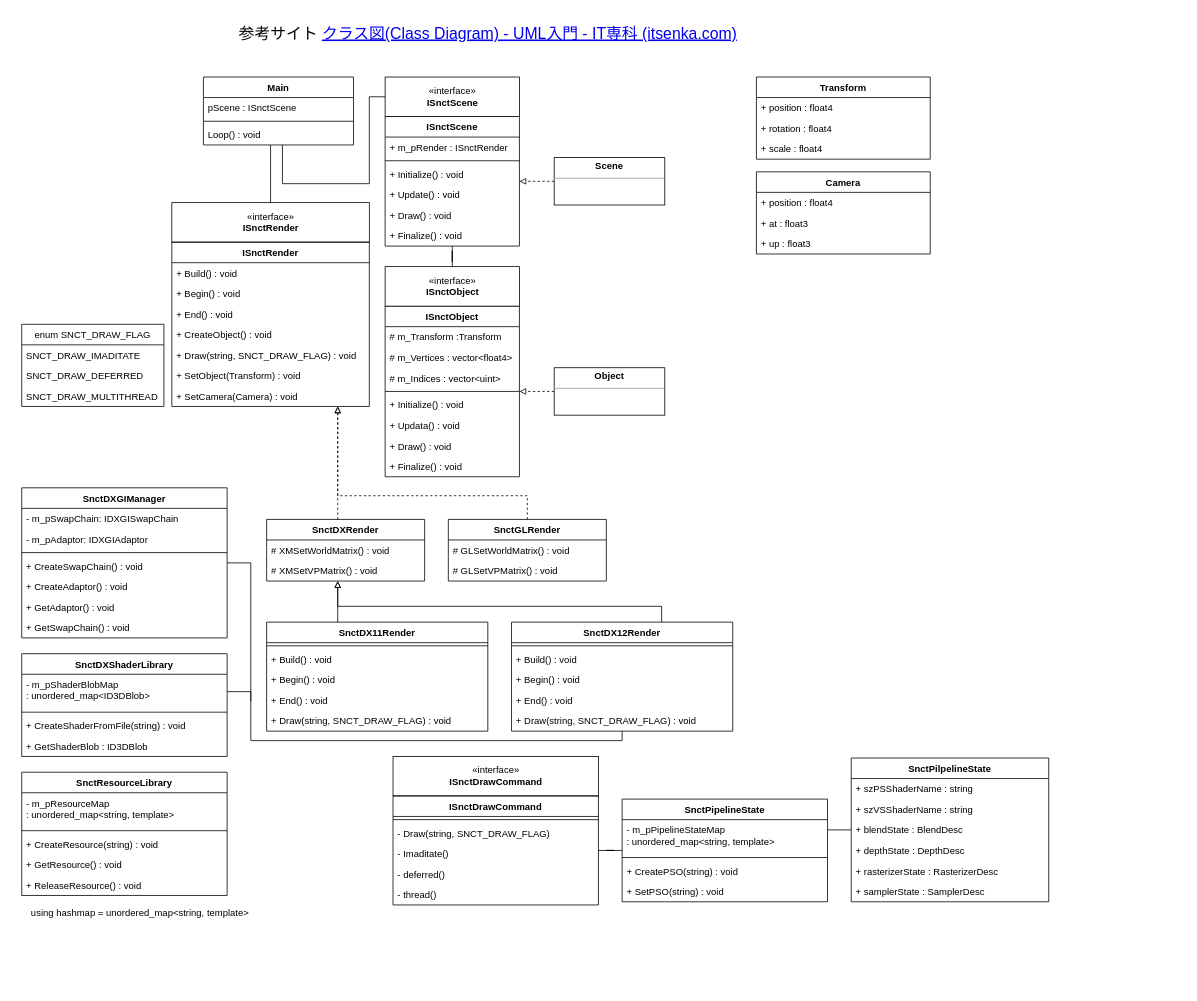
This is Untitled Diagram.drawio from Gucci8312/AbtractionLayer, a draw.io file, before an edit. Source tidied: cells renumbered, new cells numbered last; positions are measured from the earlier drawing's top-left corner, leaving out a move shared by most shapes. Both pictures are drawn from the tidied source at 79%, with x=0, y=0 at pixel (21, 21).
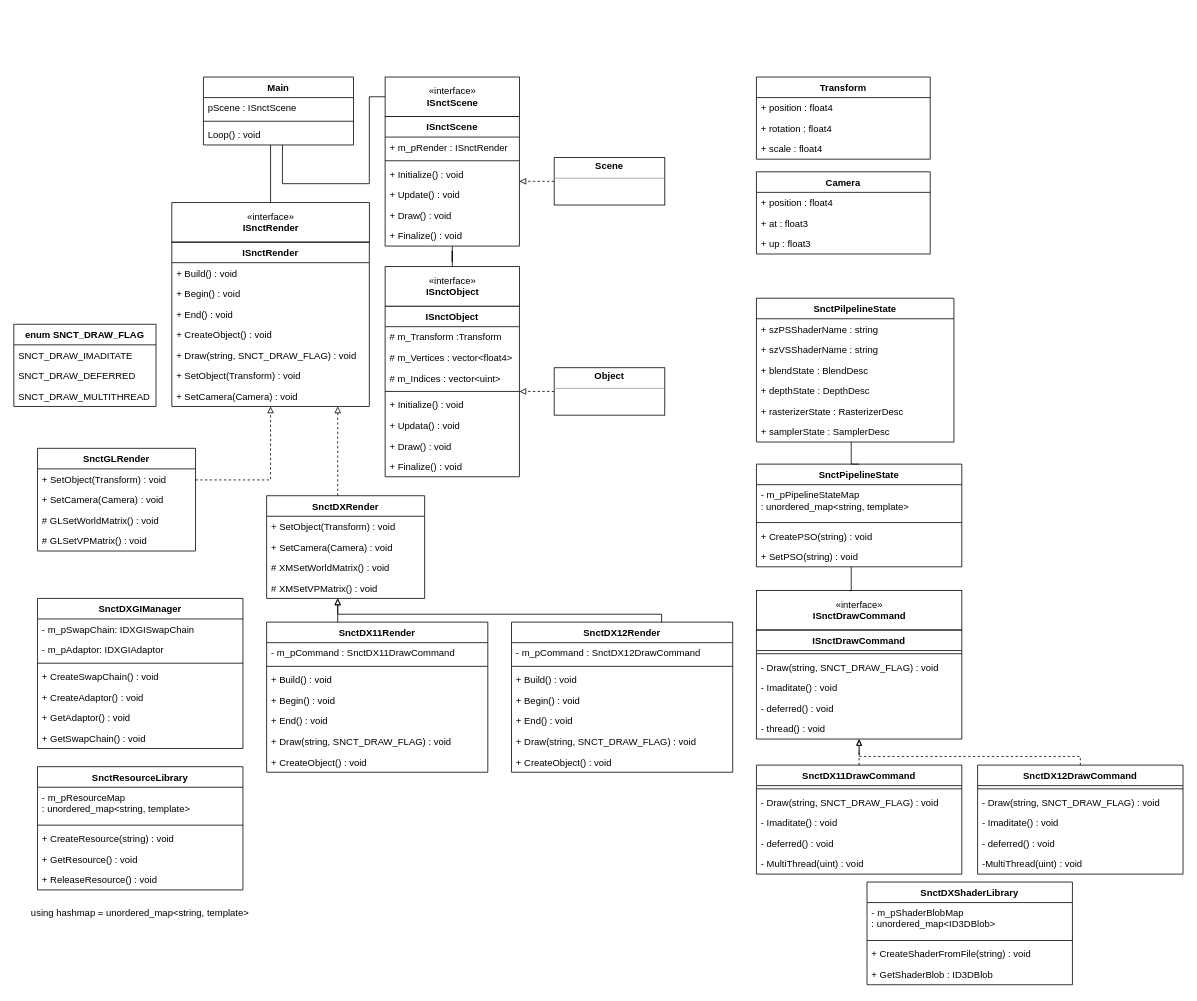
Above is the later version.

The change refers to these unchanged cells:
```xml
<mxCell id="5" value="ISnctRender" style="swimlane;fontStyle=1;horizontal=1;startSize=26;fillColor=none;" parent="3" vertex="1">
  <mxGeometry y="50" width="250" height="208" as="geometry" />
</mxCell>
<mxCell id="91" value="- m_pShaderBlobMap&#10;: unordered_map&lt;ID3DBlob&gt;" style="text;strokeColor=none;fillColor=none;align=left;verticalAlign=top;spacingLeft=4;spacingRight=4;overflow=hidden;points=[[0,0.5],[1,0.5]];portConstraint=eastwest;fontSize=12;" parent="90" vertex="1">
  <mxGeometry y="26" width="260" height="44" as="geometry" />
</mxCell>
<mxCell id="114" value="ISnctDrawCommand" style="swimlane;fontStyle=1;align=center;verticalAlign=top;horizontal=1;startSize=26;fontSize=12;fillColor=none;" parent="113" vertex="1">
  <mxGeometry y="50" width="260" height="138" as="geometry" />
</mxCell>
<mxCell id="120" value="«interface»&lt;br&gt;&lt;span style=&quot;font-weight: 700&quot;&gt;ISnctDrawCommand&lt;/span&gt;" style="html=1;fontSize=12;fillColor=none;" parent="113" vertex="1">
  <mxGeometry width="260" height="50" as="geometry" />
</mxCell>
```

Diff of the diagram source:
```diff
@@
-    <mxCell id="2" value="&lt;h1 style=&quot;font-size: 20px&quot;&gt;&lt;span style=&quot;font-weight: normal&quot;&gt;参考サイト&amp;nbsp;&lt;a href=&quot;http://www.itsenka.com/contents/development/uml/class.html?msclkid=81eebe3bbed611eca551c90c054faed0&quot;&gt;クラス図(Class Diagram) - UML入門 - IT専科 (itsenka.com)&lt;/a&gt;&lt;/span&gt;&lt;br&gt;&lt;/h1&gt;" style="text;html=1;strokeColor=none;fillColor=none;spacing=5;spacingTop=-20;whiteSpace=wrap;overflow=hidden;rounded=0;" parent="1" vertex="1">
-      <mxGeometry x="270" width="800" height="40" as="geometry" />
-    </mxCell>
@@
-    <mxCell id="46" style="edgeStyle=orthogonalEdgeStyle;rounded=0;jettySize=auto;html=1;fontSize=12;endArrow=none;endFill=0;" parent="1" edge="1" source="47" target="102">
+    <mxCell id="46" style="edgeStyle=orthogonalEdgeStyle;rounded=0;jettySize=auto;html=1;fontSize=12;endArrow=none;endFill=0;entryX=0.5;entryY=0;entryDx=0;entryDy=0;" parent="1" edge="1" source="47" target="102">
       <mxGeometry relative="1" as="geometry">
         <Array as="points">
-          <mxPoint x="1090" y="1080" />
-          <mxPoint x="1090" y="1080" />
+          <mxPoint x="1050" y="560" />
         </Array>
       </mxGeometry>
     </mxCell>
     <mxCell id="47" value="SnctPilpelineState" style="swimlane;fontStyle=1;align=center;verticalAlign=top;horizontal=1;startSize=26;fontSize=12;fillColor=none;" parent="1" vertex="1">
-      <mxGeometry x="1050" y="932" width="250" height="182" as="geometry" />
+      <mxGeometry x="930" y="350" width="250" height="182" as="geometry" />
     </mxCell>
@@
     <mxCell id="55" value="SnctDXRender" style="swimlane;fontStyle=1;horizontal=1;startSize=26;fillColor=none;fontSize=12;" parent="1" vertex="1">
-      <mxGeometry x="310" y="630" width="200" height="78" as="geometry" />
+      <mxGeometry x="310" y="600" width="200" height="130" as="geometry" />
     </mxCell>
+    <mxCell id="122" value="+ SetObject(Transform) : void" style="text;strokeColor=none;fillColor=none;align=left;verticalAlign=top;spacingLeft=4;spacingRight=4;overflow=hidden;" parent="55" vertex="1">
+      <mxGeometry y="26" width="200" height="26" as="geometry" />
+    </mxCell>
+    <mxCell id="123" value="+ SetCamera(Camera) : void" style="text;strokeColor=none;fillColor=none;align=left;verticalAlign=top;spacingLeft=4;spacingRight=4;overflow=hidden;" parent="55" vertex="1">
+      <mxGeometry y="52" width="200" height="26" as="geometry" />
+    </mxCell>
     <mxCell id="56" value="# XMSetWorldMatrix() : void" style="text;strokeColor=none;fillColor=none;align=left;verticalAlign=top;spacingLeft=4;spacingRight=4;overflow=hidden;fontSize=12;" parent="55" vertex="1">
-      <mxGeometry y="26" width="200" height="26" as="geometry" />
+      <mxGeometry y="78" width="200" height="26" as="geometry" />
     </mxCell>
     <mxCell id="57" value="# XMSetVPMatrix() : void" style="text;strokeColor=none;fillColor=none;align=left;verticalAlign=top;spacingLeft=4;spacingRight=4;overflow=hidden;fontSize=12;" parent="55" vertex="1">
-      <mxGeometry y="52" width="200" height="26" as="geometry" />
+      <mxGeometry y="104" width="200" height="26" as="geometry" />
     </mxCell>
     <mxCell id="58" style="edgeStyle=orthogonalEdgeStyle;rounded=0;jettySize=auto;html=1;fontSize=12;endArrow=block;endFill=0;dashed=1;" parent="1" edge="1" source="59" target="5">
       <mxGeometry relative="1" as="geometry">
         <Array as="points">
-          <mxPoint x="640" y="600" />
-          <mxPoint x="400" y="600" />
+          <mxPoint x="315" y="580" />
         </Array>
       </mxGeometry>
     </mxCell>
     <mxCell id="59" value="SnctGLRender" style="swimlane;fontStyle=1;horizontal=1;startSize=26;fillColor=none;fontSize=12;" parent="1" vertex="1">
-      <mxGeometry x="540" y="630" width="200" height="78" as="geometry" />
+      <mxGeometry x="20" y="540" width="200" height="130" as="geometry" />
     </mxCell>
+    <mxCell id="124" value="+ SetObject(Transform) : void" style="text;strokeColor=none;fillColor=none;align=left;verticalAlign=top;spacingLeft=4;spacingRight=4;overflow=hidden;" parent="59" vertex="1">
+      <mxGeometry y="26" width="200" height="26" as="geometry" />
+    </mxCell>
+    <mxCell id="125" value="+ SetCamera(Camera) : void" style="text;strokeColor=none;fillColor=none;align=left;verticalAlign=top;spacingLeft=4;spacingRight=4;overflow=hidden;" parent="59" vertex="1">
+      <mxGeometry y="52" width="200" height="26" as="geometry" />
+    </mxCell>
     <mxCell id="60" value="# GLSetWorldMatrix() : void" style="text;strokeColor=none;fillColor=none;align=left;verticalAlign=top;spacingLeft=4;spacingRight=4;overflow=hidden;fontSize=12;" parent="59" vertex="1">
-      <mxGeometry y="26" width="200" height="26" as="geometry" />
+      <mxGeometry y="78" width="200" height="26" as="geometry" />
     </mxCell>
     <mxCell id="61" value="# GLSetVPMatrix() : void" style="text;strokeColor=none;fillColor=none;align=left;verticalAlign=top;spacingLeft=4;spacingRight=4;overflow=hidden;fontSize=12;" parent="59" vertex="1">
-      <mxGeometry y="52" width="200" height="26" as="geometry" />
+      <mxGeometry y="104" width="200" height="26" as="geometry" />
     </mxCell>
-    <mxCell id="62" style="edgeStyle=orthogonalEdgeStyle;rounded=0;jettySize=auto;html=1;fontSize=12;endArrow=none;endFill=0;" parent="1" edge="1" source="63">
-      <mxGeometry relative="1" as="geometry">
-        <mxPoint x="290" y="860" as="targetPoint" />
-        <Array as="points">
-          <mxPoint x="290" y="685" />
-          <mxPoint x="290" y="850" />
-        </Array>
-      </mxGeometry>
-    </mxCell>
     <mxCell id="63" value="SnctDXGIManager" style="swimlane;fontStyle=1;align=center;verticalAlign=top;horizontal=1;startSize=26;fontSize=12;fillColor=none;" parent="1" vertex="1">
-      <mxGeometry y="590" width="260" height="190" as="geometry" />
+      <mxGeometry x="20" y="730" width="260" height="190" as="geometry" />
     </mxCell>
@@
     <mxCell id="72" value="SnctDX11Render" style="swimlane;fontStyle=1;align=center;verticalAlign=top;horizontal=1;startSize=26;fontSize=12;fillColor=none;" parent="1" vertex="1">
-      <mxGeometry x="310" y="760" width="280" height="138" as="geometry" />
+      <mxGeometry x="310" y="760" width="280" height="190" as="geometry" />
     </mxCell>
+    <mxCell id="126" value="- m_pCommand : SnctDX11DrawCommand " style="text;strokeColor=none;fillColor=none;align=left;verticalAlign=top;spacingLeft=4;spacingRight=4;overflow=hidden;fontSize=12;" parent="72" vertex="1">
+      <mxGeometry y="26" width="280" height="26" as="geometry" />
+    </mxCell>
     <mxCell id="73" style="line;strokeWidth=1;fillColor=none;align=left;verticalAlign=middle;spacingTop=-1;spacingLeft=3;spacingRight=3;labelPosition=right;fontSize=12;" parent="72" vertex="1">
-      <mxGeometry y="26" width="280" height="8" as="geometry" />
+      <mxGeometry y="52" width="280" height="8" as="geometry" />
     </mxCell>
     <mxCell id="74" value="+ Build() : void" style="text;strokeColor=none;fillColor=none;align=left;verticalAlign=top;spacingLeft=4;spacingRight=4;overflow=hidden;fontSize=12;" parent="72" vertex="1">
-      <mxGeometry y="34" width="280" height="26" as="geometry" />
+      <mxGeometry y="60" width="280" height="26" as="geometry" />
     </mxCell>
     <mxCell id="75" value="+ Begin() : void" style="text;strokeColor=none;fillColor=none;align=left;verticalAlign=top;spacingLeft=4;spacingRight=4;overflow=hidden;" parent="72" vertex="1">
-      <mxGeometry y="60" width="280" height="26" as="geometry" />
+      <mxGeometry y="86" width="280" height="26" as="geometry" />
     </mxCell>
     <mxCell id="76" value="+ End() : void" style="text;strokeColor=none;fillColor=none;align=left;verticalAlign=top;spacingLeft=4;spacingRight=4;overflow=hidden;" parent="72" vertex="1">
-      <mxGeometry y="86" width="280" height="26" as="geometry" />
+      <mxGeometry y="112" width="280" height="26" as="geometry" />
     </mxCell>
     <mxCell id="77" value="+ Draw(string, SNCT_DRAW_FLAG) : void" style="text;strokeColor=none;fillColor=none;align=left;verticalAlign=top;spacingLeft=4;spacingRight=4;overflow=hidden;" parent="72" vertex="1">
-      <mxGeometry y="112" width="280" height="26" as="geometry" />
+      <mxGeometry y="138" width="280" height="26" as="geometry" />
     </mxCell>
+    <mxCell id="127" value="+ CreateObject() : void" style="text;strokeColor=none;fillColor=none;align=left;verticalAlign=top;spacingLeft=4;spacingRight=4;overflow=hidden;" parent="72" vertex="1">
+      <mxGeometry y="164" width="280" height="26" as="geometry" />
+    </mxCell>
     <mxCell id="78" style="edgeStyle=orthogonalEdgeStyle;rounded=0;jettySize=auto;html=1;fontSize=12;endArrow=block;endFill=0;" parent="1" edge="1" source="79" target="55">
       <mxGeometry relative="1" as="geometry">
         <Array as="points">
-          <mxPoint x="810" y="740" />
-          <mxPoint x="400" y="740" />
+          <mxPoint x="810" y="750" />
+          <mxPoint x="400" y="750" />
         </Array>
       </mxGeometry>
     </mxCell>
     <mxCell id="79" value="SnctDX12Render" style="swimlane;fontStyle=1;align=center;verticalAlign=top;horizontal=1;startSize=26;fontSize=12;fillColor=none;" parent="1" vertex="1">
-      <mxGeometry x="620" y="760" width="280" height="138" as="geometry" />
+      <mxGeometry x="620" y="760" width="280" height="190" as="geometry" />
     </mxCell>
+    <mxCell id="128" value="- m_pCommand : SnctDX12DrawCommand " style="text;strokeColor=none;fillColor=none;align=left;verticalAlign=top;spacingLeft=4;spacingRight=4;overflow=hidden;fontSize=12;" parent="79" vertex="1">
+      <mxGeometry y="26" width="280" height="26" as="geometry" />
+    </mxCell>
     <mxCell id="80" style="line;strokeWidth=1;fillColor=none;align=left;verticalAlign=middle;spacingTop=-1;spacingLeft=3;spacingRight=3;labelPosition=right;fontSize=12;" parent="79" vertex="1">
-      <mxGeometry y="26" width="280" height="8" as="geometry" />
+      <mxGeometry y="52" width="280" height="8" as="geometry" />
     </mxCell>
     <mxCell id="81" value="+ Build() : void" style="text;strokeColor=none;fillColor=none;align=left;verticalAlign=top;spacingLeft=4;spacingRight=4;overflow=hidden;fontSize=12;" parent="79" vertex="1">
-      <mxGeometry y="34" width="280" height="26" as="geometry" />
+      <mxGeometry y="60" width="280" height="26" as="geometry" />
     </mxCell>
     <mxCell id="82" value="+ Begin() : void" style="text;strokeColor=none;fillColor=none;align=left;verticalAlign=top;spacingLeft=4;spacingRight=4;overflow=hidden;" parent="79" vertex="1">
-      <mxGeometry y="60" width="280" height="26" as="geometry" />
+      <mxGeometry y="86" width="280" height="26" as="geometry" />
     </mxCell>
     <mxCell id="83" value="+ End() : void" style="text;strokeColor=none;fillColor=none;align=left;verticalAlign=top;spacingLeft=4;spacingRight=4;overflow=hidden;" parent="79" vertex="1">
-      <mxGeometry y="86" width="280" height="26" as="geometry" />
+      <mxGeometry y="112" width="280" height="26" as="geometry" />
     </mxCell>
     <mxCell id="84" value="+ Draw(string, SNCT_DRAW_FLAG) : void" style="text;strokeColor=none;fillColor=none;align=left;verticalAlign=top;spacingLeft=4;spacingRight=4;overflow=hidden;" parent="79" vertex="1">
-      <mxGeometry y="112" width="280" height="26" as="geometry" />
+      <mxGeometry y="138" width="280" height="26" as="geometry" />
     </mxCell>
+    <mxCell id="129" value="+ CreateObject() : void" style="text;strokeColor=none;fillColor=none;align=left;verticalAlign=top;spacingLeft=4;spacingRight=4;overflow=hidden;" parent="79" vertex="1">
+      <mxGeometry y="164" width="280" height="26" as="geometry" />
+    </mxCell>
@@
     <mxCell id="90" value="SnctDXShaderLibrary" style="swimlane;fontStyle=1;align=center;verticalAlign=top;horizontal=1;startSize=26;fontSize=12;fillColor=none;" parent="1" vertex="1">
-      <mxGeometry y="800" width="260" height="130" as="geometry" />
+      <mxGeometry x="1070" y="1089" width="260" height="130" as="geometry" />
     </mxCell>
@@
     <mxCell id="95" value="SnctResourceLibrary" style="swimlane;fontStyle=1;align=center;verticalAlign=top;horizontal=1;startSize=26;fontSize=12;fillColor=none;" parent="1" vertex="1">
-      <mxGeometry y="950" width="260" height="156" as="geometry" />
+      <mxGeometry x="20" y="943" width="260" height="156" as="geometry" />
     </mxCell>
@@
     <mxCell id="102" value="SnctPipelineState" style="swimlane;fontStyle=1;align=center;verticalAlign=top;horizontal=1;startSize=26;fontSize=12;fillColor=none;" parent="1" vertex="1">
-      <mxGeometry x="760" y="984" width="260" height="130" as="geometry" />
+      <mxGeometry x="930" y="560" width="260" height="130" as="geometry" />
     </mxCell>
@@
-    <mxCell id="107" value="enum SNCT_DRAW_FLAG" style="swimlane;fontStyle=0;horizontal=1;startSize=26;fillColor=none;fontSize=12;" parent="1" vertex="1">
-      <mxGeometry y="383" width="180" height="104" as="geometry" />
+    <mxCell id="107" value="enum SNCT_DRAW_FLAG" style="swimlane;fontStyle=1;horizontal=1;startSize=26;fillColor=none;fontSize=12;" parent="1" vertex="1">
+      <mxGeometry x="-10" y="383" width="180" height="104" as="geometry" />
     </mxCell>
@@
-    <mxCell id="111" style="edgeStyle=orthogonalEdgeStyle;rounded=0;jettySize=auto;html=1;fontSize=12;endArrow=none;endFill=0;" parent="1" edge="1" source="91" target="79">
-      <mxGeometry relative="1" as="geometry">
-        <Array as="points">
-          <mxPoint x="290" y="848" />
-          <mxPoint x="290" y="910" />
-          <mxPoint x="760" y="910" />
-        </Array>
-      </mxGeometry>
-    </mxCell>
-    <mxCell id="112" style="edgeStyle=orthogonalEdgeStyle;rounded=0;jettySize=auto;html=1;fontSize=12;endArrow=none;endFill=0;" parent="1" edge="1" source="102" target="114">
-      <mxGeometry relative="1" as="geometry" />
+    <mxCell id="112" style="edgeStyle=orthogonalEdgeStyle;rounded=0;jettySize=auto;html=1;fontSize=12;endArrow=none;endFill=0;entryX=0.454;entryY=0.003;entryDx=0;entryDy=0;entryPerimeter=0;" parent="1" edge="1" source="102" target="120">
+      <mxGeometry relative="1" as="geometry">
+        <Array as="points">
+          <mxPoint x="1050" y="720" />
+        </Array>
+      </mxGeometry>
     </mxCell>
     <mxCell id="113" style="group;" parent="1" vertex="1">
-      <mxGeometry x="470" y="930" width="260" height="136" as="geometry" />
+      <mxGeometry x="930" y="720" width="260" height="136" as="geometry" />
     </mxCell>
@@
-    <mxCell id="116" value="- Draw(string, SNCT_DRAW_FLAG)" style="text;strokeColor=none;fillColor=none;align=left;verticalAlign=top;spacingLeft=4;spacingRight=4;overflow=hidden;fontSize=12;" parent="114" vertex="1">
+    <mxCell id="116" value="- Draw(string, SNCT_DRAW_FLAG) : void" style="text;strokeColor=none;fillColor=none;align=left;verticalAlign=top;spacingLeft=4;spacingRight=4;overflow=hidden;fontSize=12;" parent="114" vertex="1">
       <mxGeometry y="34" width="260" height="26" as="geometry" />
     </mxCell>
-    <mxCell id="117" value="- Imaditate()" style="text;strokeColor=none;fillColor=none;align=left;verticalAlign=top;spacingLeft=4;spacingRight=4;overflow=hidden;fontSize=12;" parent="114" vertex="1">
+    <mxCell id="117" value="- Imaditate() : void" style="text;strokeColor=none;fillColor=none;align=left;verticalAlign=top;spacingLeft=4;spacingRight=4;overflow=hidden;fontSize=12;" parent="114" vertex="1">
       <mxGeometry y="60" width="260" height="26" as="geometry" />
     </mxCell>
-    <mxCell id="118" value="- deferred()" style="text;strokeColor=none;fillColor=none;align=left;verticalAlign=top;spacingLeft=4;spacingRight=4;overflow=hidden;fontSize=12;" parent="114" vertex="1">
+    <mxCell id="118" value="- deferred() : void" style="text;strokeColor=none;fillColor=none;align=left;verticalAlign=top;spacingLeft=4;spacingRight=4;overflow=hidden;fontSize=12;" parent="114" vertex="1">
       <mxGeometry y="86" width="260" height="26" as="geometry" />
     </mxCell>
-    <mxCell id="119" value="- thread()" style="text;strokeColor=none;fillColor=none;align=left;verticalAlign=top;spacingLeft=4;spacingRight=4;overflow=hidden;fontSize=12;" parent="114" vertex="1">
+    <mxCell id="119" value="- thread() : void" style="text;strokeColor=none;fillColor=none;align=left;verticalAlign=top;spacingLeft=4;spacingRight=4;overflow=hidden;fontSize=12;" parent="114" vertex="1">
       <mxGeometry y="112" width="260" height="26" as="geometry" />
     </mxCell>
@@
+    <mxCell id="130" style="group;" parent="1" vertex="1">
+      <mxGeometry x="930" y="906" width="260" height="136" as="geometry" />
+    </mxCell>
+    <mxCell id="131" value="SnctDX11DrawCommand" style="swimlane;fontStyle=1;align=center;verticalAlign=top;horizontal=1;startSize=26;fontSize=12;fillColor=none;" parent="130" vertex="1">
+      <mxGeometry y="35" width="260" height="138" as="geometry" />
+    </mxCell>
+    <mxCell id="132" style="line;strokeWidth=1;fillColor=none;align=left;verticalAlign=middle;spacingTop=-1;spacingLeft=3;spacingRight=3;labelPosition=right;fontSize=12;" parent="131" vertex="1">
+      <mxGeometry y="26" width="260" height="8" as="geometry" />
+    </mxCell>
+    <mxCell id="133" value="- Draw(string, SNCT_DRAW_FLAG) : void" style="text;strokeColor=none;fillColor=none;align=left;verticalAlign=top;spacingLeft=4;spacingRight=4;overflow=hidden;fontSize=12;" parent="131" vertex="1">
+      <mxGeometry y="34" width="260" height="26" as="geometry" />
+    </mxCell>
+    <mxCell id="134" value="- Imaditate() : void" style="text;strokeColor=none;fillColor=none;align=left;verticalAlign=top;spacingLeft=4;spacingRight=4;overflow=hidden;fontSize=12;" parent="131" vertex="1">
+      <mxGeometry y="60" width="260" height="26" as="geometry" />
+    </mxCell>
+    <mxCell id="135" value="- deferred() : void" style="text;strokeColor=none;fillColor=none;align=left;verticalAlign=top;spacingLeft=4;spacingRight=4;overflow=hidden;fontSize=12;" parent="131" vertex="1">
+      <mxGeometry y="86" width="260" height="26" as="geometry" />
+    </mxCell>
+    <mxCell id="136" value="- MultiThread(uint) : void" style="text;strokeColor=none;fillColor=none;align=left;verticalAlign=top;spacingLeft=4;spacingRight=4;overflow=hidden;fontSize=12;" parent="131" vertex="1">
+      <mxGeometry y="112" width="260" height="26" as="geometry" />
+    </mxCell>
+    <mxCell id="137" style="group;" parent="1" vertex="1">
+      <mxGeometry x="1210" y="906" width="260" height="136" as="geometry" />
+    </mxCell>
+    <mxCell id="138" value="SnctDX12DrawCommand" style="swimlane;fontStyle=1;align=center;verticalAlign=top;horizontal=1;startSize=26;fontSize=12;fillColor=none;" parent="137" vertex="1">
+      <mxGeometry y="35" width="260" height="138" as="geometry" />
+    </mxCell>
+    <mxCell id="139" style="line;strokeWidth=1;fillColor=none;align=left;verticalAlign=middle;spacingTop=-1;spacingLeft=3;spacingRight=3;labelPosition=right;fontSize=12;" parent="138" vertex="1">
+      <mxGeometry y="26" width="260" height="8" as="geometry" />
+    </mxCell>
+    <mxCell id="140" value="- Draw(string, SNCT_DRAW_FLAG) : void" style="text;strokeColor=none;fillColor=none;align=left;verticalAlign=top;spacingLeft=4;spacingRight=4;overflow=hidden;fontSize=12;" parent="138" vertex="1">
+      <mxGeometry y="34" width="260" height="26" as="geometry" />
+    </mxCell>
+    <mxCell id="141" value="- Imaditate() : void" style="text;strokeColor=none;fillColor=none;align=left;verticalAlign=top;spacingLeft=4;spacingRight=4;overflow=hidden;fontSize=12;" parent="138" vertex="1">
+      <mxGeometry y="60" width="260" height="26" as="geometry" />
+    </mxCell>
+    <mxCell id="142" value="- deferred() : void" style="text;strokeColor=none;fillColor=none;align=left;verticalAlign=top;spacingLeft=4;spacingRight=4;overflow=hidden;fontSize=12;" parent="138" vertex="1">
+      <mxGeometry y="86" width="260" height="26" as="geometry" />
+    </mxCell>
+    <mxCell id="143" value="-MultiThread(uint) : void" style="text;strokeColor=none;fillColor=none;align=left;verticalAlign=top;spacingLeft=4;spacingRight=4;overflow=hidden;fontSize=12;" parent="138" vertex="1">
+      <mxGeometry y="112" width="260" height="26" as="geometry" />
+    </mxCell>
+    <mxCell id="144" style="edgeStyle=orthogonalEdgeStyle;rounded=0;jettySize=auto;html=1;fontSize=12;endArrow=block;endFill=0;dashed=1;" parent="1" edge="1" source="131" target="114">
+      <mxGeometry relative="1" as="geometry" />
+    </mxCell>
+    <mxCell id="145" style="edgeStyle=orthogonalEdgeStyle;rounded=0;jettySize=auto;html=1;fontSize=12;endArrow=blockThin;endFill=0;dashed=1;" parent="1" edge="1" source="138" target="114">
+      <mxGeometry relative="1" as="geometry">
+        <Array as="points">
+          <mxPoint x="1340" y="930" />
+          <mxPoint x="1060" y="930" />
+        </Array>
+      </mxGeometry>
+    </mxCell>
```
